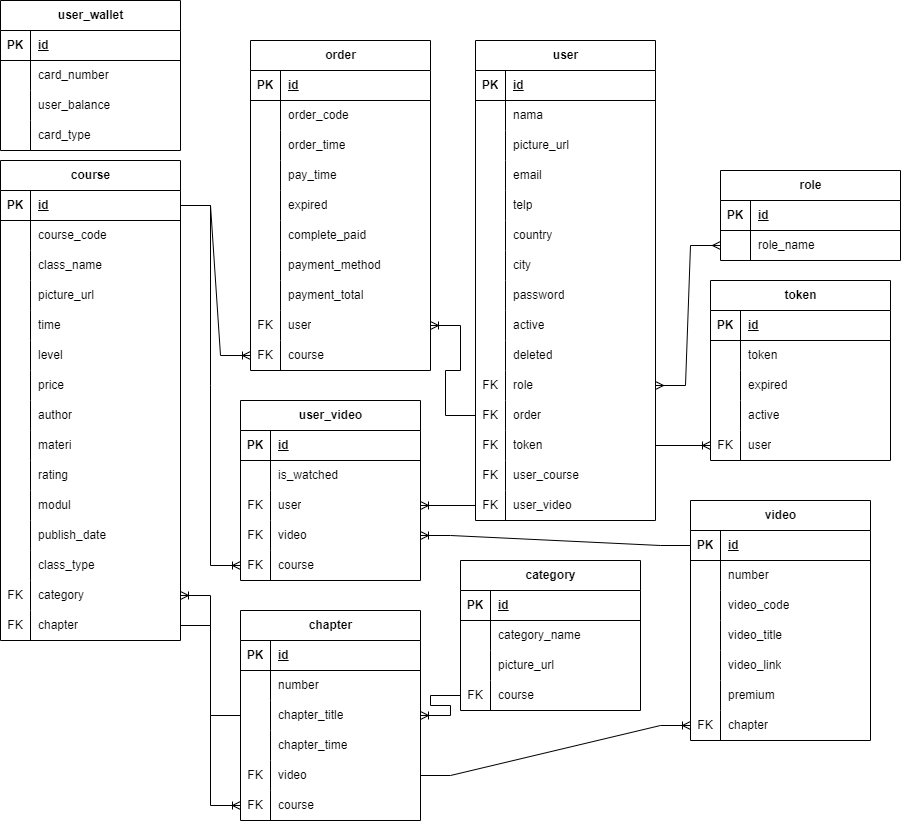
DemoNicky/backend-video-course keeps this draw.io diagram as src/main/java/com/binar/backendonlinecourseapp/erd.png. Above is the earlier version. Source tidied: cells renumbered, new cells last; positions are measured from the earlier drawing's top-left corner, leaving out a move shared by most shapes.
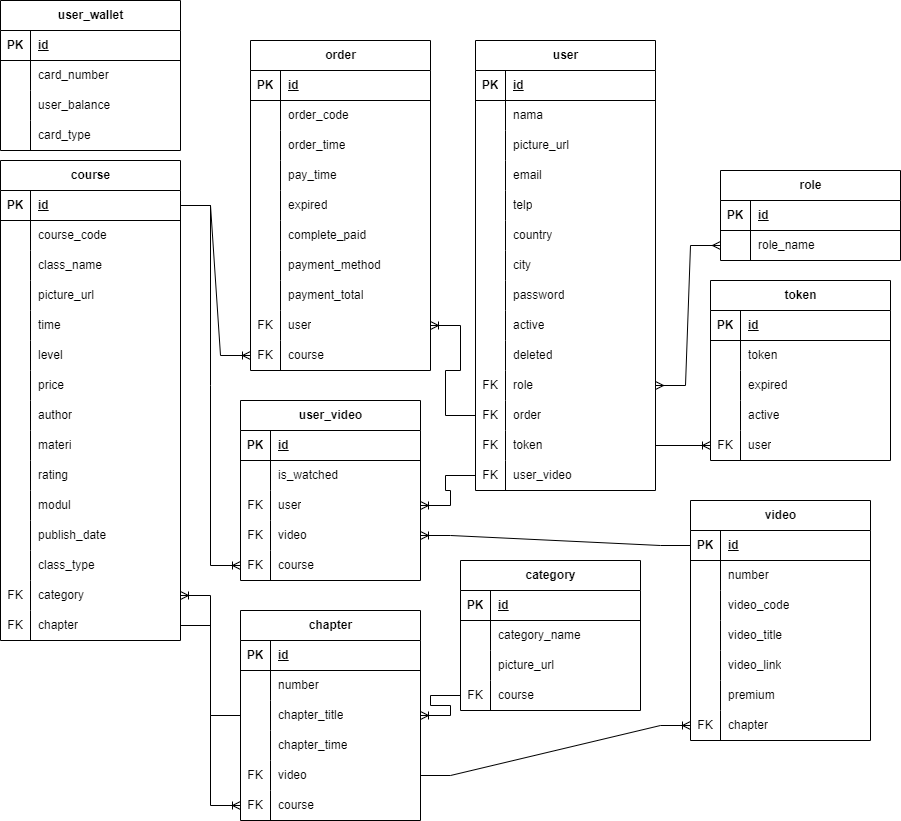
After the commit.

The edit, as a diff of the source:
```diff
@@ -42,7 +42,7 @@
       <mxGeometry x="30" width="150" height="30" as="geometry" />
     </mxCell>
     <mxCell id="15" value="user" style="shape=table;startSize=30;rowLines=0;fontStyle=1;align=center;html=1;" parent="1" vertex="1">
-      <mxGeometry x="475" y="40" width="180" height="480" as="geometry" />
+      <mxGeometry x="475" y="40" width="180" height="450" as="geometry" />
     </mxCell>
     <mxCell id="16" style="shape=tableRow;horizontal=0;startSize=0;swimlaneHead=0;swimlaneBody=0;fillColor=none;top=0;left=0;right=0;bottom=1;" parent="15" vertex="1">
       <mxGeometry y="30" width="180" height="30" as="geometry" />
@@ -161,17 +161,8 @@
     <mxCell id="54" value="token" style="shape=partialRectangle;fillColor=none;top=0;left=0;bottom=0;right=0;align=left;spacingLeft=6;overflow=hidden;whiteSpace=wrap;html=1;" parent="52" vertex="1">
       <mxGeometry x="30" width="150" height="30" as="geometry" />
     </mxCell>
-    <mxCell id="55" style="shape=tableRow;horizontal=0;startSize=0;swimlaneHead=0;swimlaneBody=0;fillColor=none;top=0;left=0;right=0;bottom=0;" parent="15" vertex="1">
-      <mxGeometry y="420" width="180" height="30" as="geometry" />
-    </mxCell>
-    <mxCell id="56" value="FK" style="shape=partialRectangle;fillColor=none;top=0;left=0;bottom=0;right=0;overflow=hidden;whiteSpace=wrap;html=1;" parent="55" vertex="1">
-      <mxGeometry width="30" height="30" as="geometry" />
-    </mxCell>
-    <mxCell id="57" value="user_course" style="shape=partialRectangle;fillColor=none;top=0;left=0;bottom=0;right=0;align=left;spacingLeft=6;overflow=hidden;whiteSpace=wrap;html=1;" parent="55" vertex="1">
-      <mxGeometry x="30" width="150" height="30" as="geometry" />
-    </mxCell>
     <mxCell id="58" style="shape=tableRow;horizontal=0;startSize=0;swimlaneHead=0;swimlaneBody=0;fillColor=none;points=[[0,0.5],[1,0.5]];portConstraint=eastwest;top=0;left=0;right=0;bottom=0;" parent="15" vertex="1">
-      <mxGeometry y="450" width="180" height="30" as="geometry" />
+      <mxGeometry y="420" width="180" height="30" as="geometry" />
     </mxCell>
     <mxCell id="59" value="FK" style="shape=partialRectangle;fillColor=none;top=0;left=0;bottom=0;right=0;overflow=hidden;whiteSpace=wrap;html=1;" parent="58" vertex="1">
       <mxGeometry width="30" height="30" as="geometry" />
```
